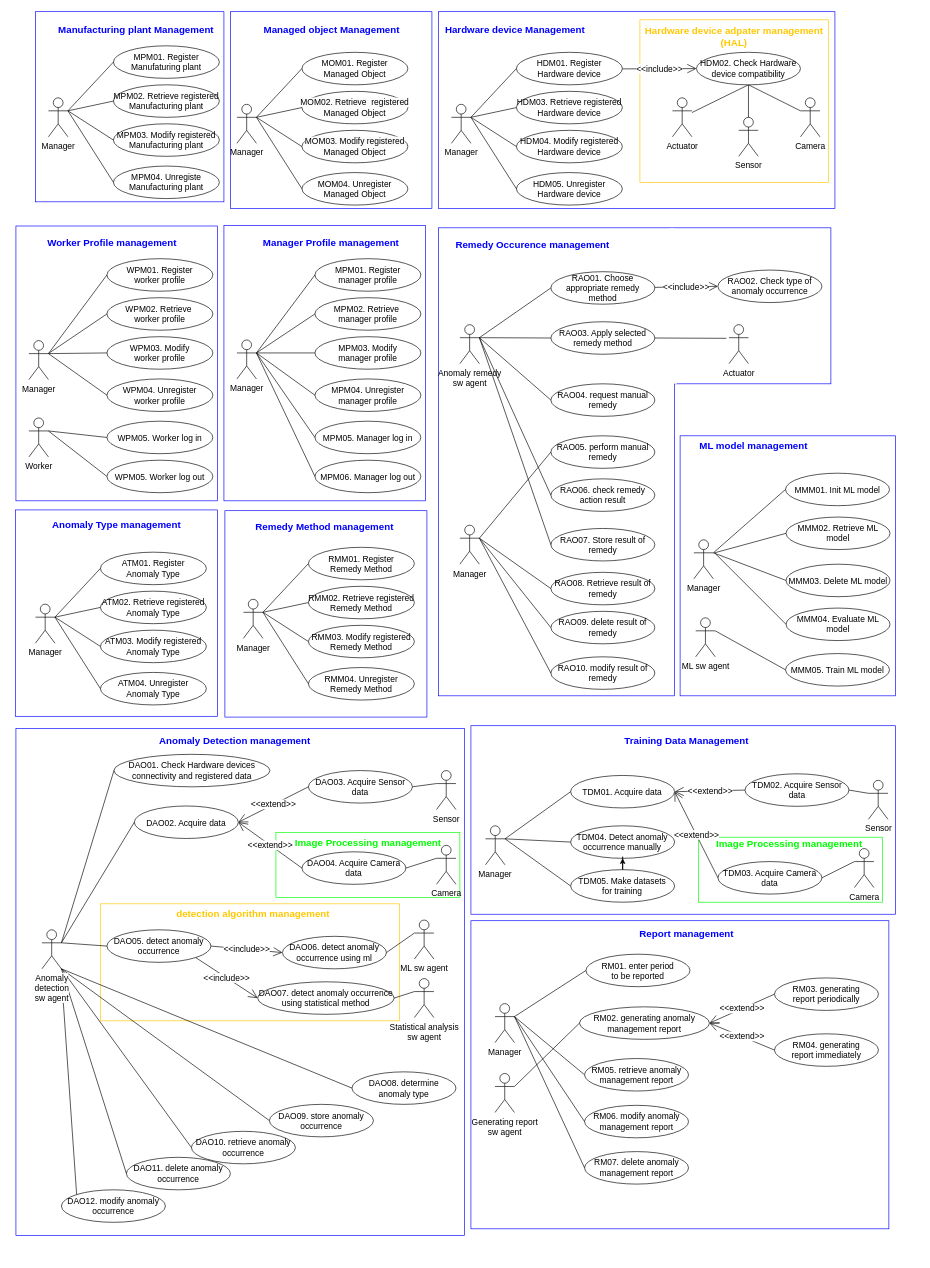
Above: usecase_diagram_refine3.drawio in ShineSoYoung/TEST (draw.io), before the change. Source tidied: cells renumbered, new cells numbered last; positions are measured from the earlier drawing's top-left corner, leaving out a move shared by most shapes. Both pictures are drawn from the tidied source at 65%, with x=0, y=0 at pixel (11, 12).
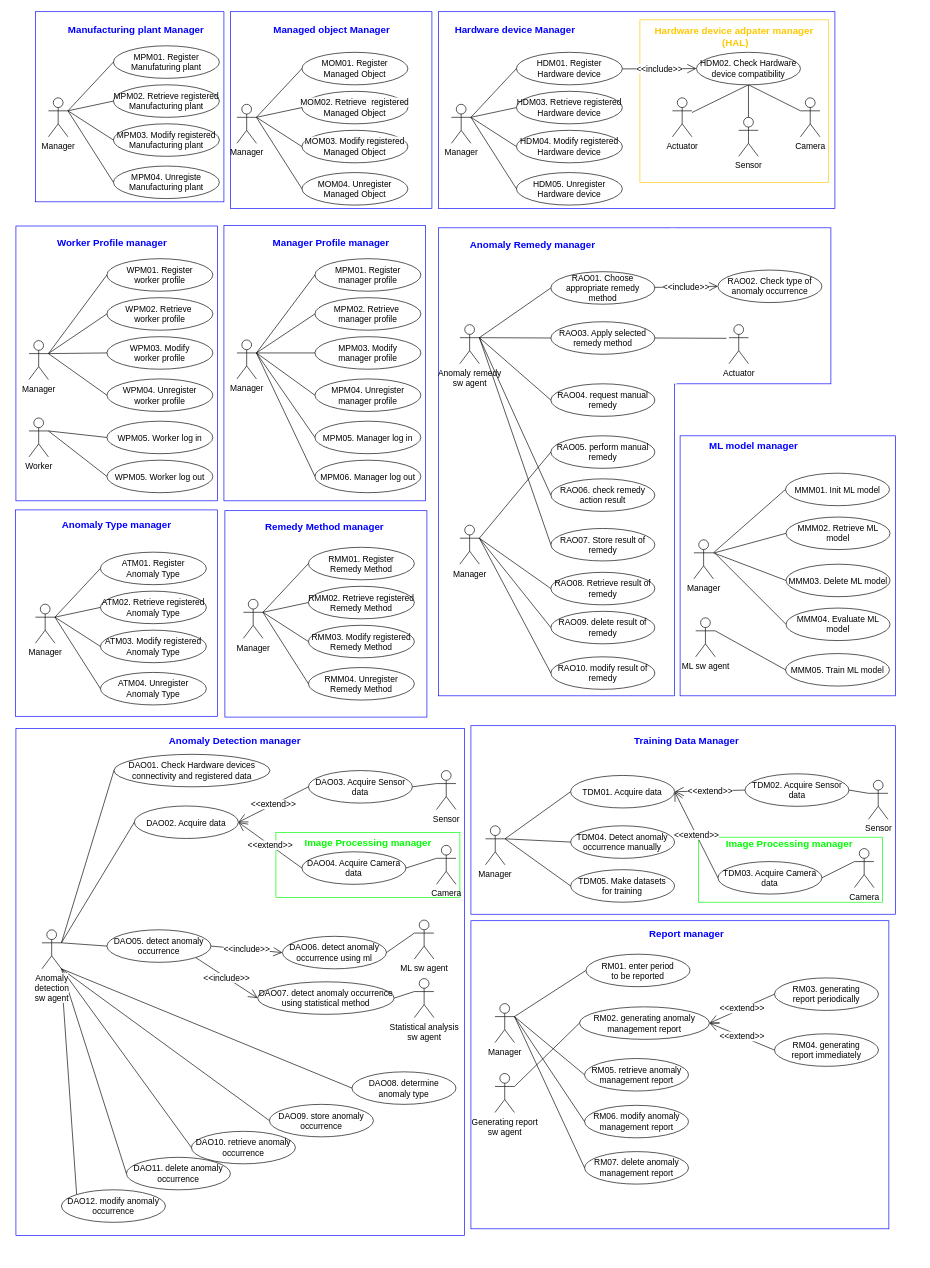
The same diagram, later.

The change refers to these unchanged cells:
```xml
<mxCell id="4" style="group;fontSize=13;" parent="1" vertex="1">
  <mxGeometry x="1050" y="642" width="347" height="1273.5" as="geometry" />
</mxCell>
<mxCell id="39" style="group;fontSize=13;" parent="1" vertex="1">
  <mxGeometry x="27" y="339.5" width="342.2" height="832.5" as="geometry" />
</mxCell>
<mxCell id="56" style="group;fontSize=13;" parent="1" vertex="1">
  <mxGeometry x="347" y="339.5" width="312.2" height="413.5" as="geometry" />
</mxCell>
<mxCell id="71" style="group;fontSize=13;" parent="1" vertex="1">
  <mxGeometry x="347" y="12" width="301.1" height="285" as="geometry" />
</mxCell>
<mxCell id="82" style="group;fontSize=13;" parent="1" vertex="1">
  <mxGeometry x="57" y="12" width="292.2" height="275" as="geometry" />
</mxCell>
<mxCell id="93" style="group;fontSize=13;" parent="1" vertex="1">
  <mxGeometry x="357" y="776" width="280" height="282.5" as="geometry" />
</mxCell>
<mxCell id="104" style="group;fontSize=13;" parent="1" vertex="1">
  <mxGeometry x="677" y="12" width="620" height="285" as="geometry" />
</mxCell>
<mxCell id="123" style="group;" parent="1" vertex="1">
  <mxGeometry x="37" y="786" width="280" height="280" as="geometry" />
</mxCell>
<mxCell id="171" value="TDM04. Detect anomaly occurrence manually" style="ellipse;whiteSpace=wrap;html=1;fontSize=13;" parent="1" vertex="1">
  <mxGeometry x="860.4" y="1252" width="160" height="50" as="geometry" />
</mxCell>
<mxCell id="173" value="TDM05. Make datasets &lt;br style=&quot;font-size: 13px;&quot;&gt;for training" style="ellipse;whiteSpace=wrap;html=1;fontSize=13;" parent="1" vertex="1">
  <mxGeometry x="860.4" y="1319.5" width="160" height="50" as="geometry" />
</mxCell>
```

Diff of the diagram source:
```diff
@@
-    <mxCell id="20" value="&lt;font color=&quot;#0000ff&quot; style=&quot;font-size: 15px;&quot;&gt;ML model management&lt;/font&gt;" style="text;html=1;strokeColor=none;fillColor=none;align=center;verticalAlign=middle;whiteSpace=wrap;rounded=0;fontStyle=1;fontSize=15;" parent="4" vertex="1">
+    <mxCell id="20" value="&lt;font color=&quot;#0000ff&quot; style=&quot;font-size: 15px;&quot;&gt;ML model manager&lt;/font&gt;" style="text;html=1;strokeColor=none;fillColor=none;align=center;verticalAlign=middle;whiteSpace=wrap;rounded=0;fontStyle=1;fontSize=15;" parent="4" vertex="1">
       <mxGeometry x="-63" y="10" width="310" height="30" as="geometry" />
     </mxCell>
@@
-    <mxCell id="23" value="&lt;font color=&quot;#00ff00&quot; style=&quot;font-size: 15px;&quot;&gt;Image Processing management&lt;/font&gt;" style="text;html=1;strokeColor=none;fillColor=none;align=center;verticalAlign=middle;whiteSpace=wrap;rounded=0;fontStyle=1;fontSize=15;" parent="4" vertex="1">
+    <mxCell id="23" value="&lt;font color=&quot;#00ff00&quot; style=&quot;font-size: 15px;&quot;&gt;Image Processing manager&lt;/font&gt;" style="text;html=1;strokeColor=none;fillColor=none;align=center;verticalAlign=middle;whiteSpace=wrap;rounded=0;fontStyle=1;fontSize=15;" parent="4" vertex="1">
       <mxGeometry x="-656.5" y="620" width="310" height="30" as="geometry" />
     </mxCell>
@@
-    <mxCell id="27" value="&lt;font color=&quot;#00ff00&quot; style=&quot;font-size: 15px;&quot;&gt;Image Processing management&lt;/font&gt;" style="text;html=1;strokeColor=none;fillColor=none;align=center;verticalAlign=middle;whiteSpace=wrap;rounded=0;fontStyle=1;fontSize=15;" parent="4" vertex="1">
+    <mxCell id="27" value="&lt;font color=&quot;#00ff00&quot; style=&quot;font-size: 15px;&quot;&gt;Image Processing manager&lt;/font&gt;" style="text;html=1;strokeColor=none;fillColor=none;align=center;verticalAlign=middle;whiteSpace=wrap;rounded=0;fontStyle=1;fontSize=15;" parent="4" vertex="1">
       <mxGeometry x="-8.2" y="621.8" width="310" height="30" as="geometry" />
     </mxCell>
@@
-    <mxCell id="31" style="rounded=0;whiteSpace=wrap;html=1;fillColor=none;strokeColor=#ffc800;" parent="1" vertex="1">
-      <mxGeometry x="137" y="1372" width="460" height="180" as="geometry" />
-    </mxCell>
@@
-    <mxCell id="55" value="&lt;font color=&quot;#0000ff&quot; style=&quot;font-size: 15px;&quot;&gt;Worker Profile management&lt;/font&gt;" style="text;html=1;strokeColor=none;fillColor=none;align=center;verticalAlign=middle;whiteSpace=wrap;rounded=0;fontStyle=1;fontSize=15;" parent="39" vertex="1">
+    <mxCell id="55" value="&lt;font color=&quot;#0000ff&quot; style=&quot;font-size: 15px;&quot;&gt;Worker Profile manager&lt;/font&gt;" style="text;html=1;strokeColor=none;fillColor=none;align=center;verticalAlign=middle;whiteSpace=wrap;rounded=0;fontStyle=1;fontSize=15;" parent="39" vertex="1">
       <mxGeometry x="-27" width="310" height="30" as="geometry" />
     </mxCell>
@@
-    <mxCell id="70" value="&lt;font color=&quot;#0000ff&quot; style=&quot;font-size: 15px;&quot;&gt;Manager Profile management&lt;/font&gt;" style="text;html=1;strokeColor=none;fillColor=none;align=center;verticalAlign=middle;whiteSpace=wrap;rounded=0;fontStyle=1;fontSize=15;" parent="56" vertex="1">
+    <mxCell id="70" value="&lt;font color=&quot;#0000ff&quot; style=&quot;font-size: 15px;&quot;&gt;Manager Profile manager&lt;/font&gt;" style="text;html=1;strokeColor=none;fillColor=none;align=center;verticalAlign=middle;whiteSpace=wrap;rounded=0;fontStyle=1;fontSize=15;" parent="56" vertex="1">
       <mxGeometry x="-10" width="310" height="30" as="geometry" />
     </mxCell>
@@
-    <mxCell id="81" value="&lt;font color=&quot;#0000ff&quot; style=&quot;font-size: 15px;&quot;&gt;Managed object Management&lt;/font&gt;" style="text;html=1;strokeColor=none;fillColor=none;align=center;verticalAlign=middle;whiteSpace=wrap;rounded=0;fontStyle=1;fontSize=15;" parent="71" vertex="1">
+    <mxCell id="81" value="&lt;font color=&quot;#0000ff&quot; style=&quot;font-size: 15px;&quot;&gt;Managed object Manager&lt;/font&gt;" style="text;html=1;strokeColor=none;fillColor=none;align=center;verticalAlign=middle;whiteSpace=wrap;rounded=0;fontStyle=1;fontSize=15;" parent="71" vertex="1">
       <mxGeometry x="-8.9" width="310" height="30" as="geometry" />
     </mxCell>
@@
-    <mxCell id="92" value="&lt;font color=&quot;#0000ff&quot; style=&quot;font-size: 15px;&quot;&gt;Manufacturing plant Management&lt;/font&gt;" style="text;html=1;strokeColor=none;fillColor=none;align=center;verticalAlign=middle;whiteSpace=wrap;rounded=0;fontStyle=1;fontSize=15;" parent="82" vertex="1">
+    <mxCell id="92" value="&lt;font color=&quot;#0000ff&quot; style=&quot;font-size: 15px;&quot;&gt;Manufacturing plant Manager&lt;/font&gt;" style="text;html=1;strokeColor=none;fillColor=none;align=center;verticalAlign=middle;whiteSpace=wrap;rounded=0;fontStyle=1;fontSize=15;" parent="82" vertex="1">
       <mxGeometry x="-20" width="310" height="30" as="geometry" />
     </mxCell>
@@
-    <mxCell id="103" value="&lt;font color=&quot;#0000ff&quot; style=&quot;font-size: 15px;&quot;&gt;Remedy Method management&lt;/font&gt;" style="text;html=1;strokeColor=none;fillColor=none;align=center;verticalAlign=middle;whiteSpace=wrap;rounded=0;fontStyle=1;fontSize=15;" parent="93" vertex="1">
+    <mxCell id="103" value="&lt;font color=&quot;#0000ff&quot; style=&quot;font-size: 15px;&quot;&gt;Remedy Method manager&lt;/font&gt;" style="text;html=1;strokeColor=none;fillColor=none;align=center;verticalAlign=middle;whiteSpace=wrap;rounded=0;fontStyle=1;fontSize=15;" parent="93" vertex="1">
       <mxGeometry x="-30" width="310" height="30" as="geometry" />
     </mxCell>
@@
-    <mxCell id="122" value="&lt;font style=&quot;font-size: 15px;&quot;&gt;Hardware device adpater management (HAL)&lt;/font&gt;" style="text;html=1;strokeColor=none;fillColor=none;align=center;verticalAlign=middle;whiteSpace=wrap;rounded=0;fontStyle=1;fontSize=15;fontColor=#ffc800;" parent="104" vertex="1">
+    <mxCell id="122" value="&lt;font style=&quot;font-size: 15px;&quot;&gt;Hardware device adpater manager&lt;br&gt;&amp;nbsp;(HAL)&lt;/font&gt;" style="text;html=1;strokeColor=none;fillColor=none;align=center;verticalAlign=middle;whiteSpace=wrap;rounded=0;fontStyle=1;fontSize=15;fontColor=#ffc800;" parent="104" vertex="1">
       <mxGeometry x="280" y="10" width="310" height="30" as="geometry" />
     </mxCell>
@@
-    <mxCell id="133" value="&lt;font color=&quot;#0000ff&quot; style=&quot;font-size: 15px;&quot;&gt;Anomaly Type management&lt;/font&gt;" style="text;html=1;strokeColor=none;fillColor=none;align=center;verticalAlign=middle;whiteSpace=wrap;rounded=0;fontStyle=1;fontSize=15;" parent="123" vertex="1">
+    <mxCell id="133" value="&lt;font color=&quot;#0000ff&quot; style=&quot;font-size: 15px;&quot;&gt;Anomaly Type manager&lt;/font&gt;" style="text;html=1;strokeColor=none;fillColor=none;align=center;verticalAlign=middle;whiteSpace=wrap;rounded=0;fontStyle=1;fontSize=15;" parent="123" vertex="1">
       <mxGeometry x="-30" y="-12" width="310" height="30" as="geometry" />
     </mxCell>
-    <mxCell id="134" value="&lt;font color=&quot;#0000ff&quot; style=&quot;font-size: 15px;&quot;&gt;Hardware device Management&lt;/font&gt;" style="text;html=1;strokeColor=none;fillColor=none;align=center;verticalAlign=middle;whiteSpace=wrap;rounded=0;fontStyle=1;fontSize=15;" parent="1" vertex="1">
+    <mxCell id="134" value="&lt;font color=&quot;#0000ff&quot; style=&quot;font-size: 15px;&quot;&gt;Hardware device Manager&lt;/font&gt;" style="text;html=1;strokeColor=none;fillColor=none;align=center;verticalAlign=middle;whiteSpace=wrap;rounded=0;fontStyle=1;fontSize=15;" parent="1" vertex="1">
       <mxGeometry x="620" y="12" width="310" height="30" as="geometry" />
     </mxCell>
@@
-    <mxCell id="153" value="&lt;font color=&quot;#0000ff&quot; style=&quot;font-size: 15px;&quot;&gt;Anomaly Detection management&lt;/font&gt;" style="text;html=1;strokeColor=none;fillColor=none;align=center;verticalAlign=middle;whiteSpace=wrap;rounded=0;fontStyle=1;fontSize=15;" parent="1" vertex="1">
+    <mxCell id="153" value="&lt;font color=&quot;#0000ff&quot; style=&quot;font-size: 15px;&quot;&gt;Anomaly Detection manager&lt;/font&gt;" style="text;html=1;strokeColor=none;fillColor=none;align=center;verticalAlign=middle;whiteSpace=wrap;rounded=0;fontStyle=1;fontSize=15;" parent="1" vertex="1">
       <mxGeometry x="189.2" y="1106" width="310" height="30" as="geometry" />
     </mxCell>
@@
-    <mxCell id="172" style="edgeStyle=orthogonalEdgeStyle;rounded=0;jettySize=auto;html=1;fontSize=13;" parent="1" edge="1" source="173" target="171">
-      <mxGeometry relative="1" as="geometry" />
-    </mxCell>
@@
-    <mxCell id="177" value="&lt;font color=&quot;#0000ff&quot; style=&quot;font-size: 15px;&quot;&gt;Training Data Management&lt;/font&gt;" style="text;html=1;strokeColor=none;fillColor=none;align=center;verticalAlign=middle;whiteSpace=wrap;rounded=0;fontStyle=1;fontSize=15;" parent="1" vertex="1">
+    <mxCell id="177" value="&lt;font color=&quot;#0000ff&quot; style=&quot;font-size: 15px;&quot;&gt;Training Data Manager&lt;/font&gt;" style="text;html=1;strokeColor=none;fillColor=none;align=center;verticalAlign=middle;whiteSpace=wrap;rounded=0;fontStyle=1;fontSize=15;" parent="1" vertex="1">
       <mxGeometry x="884" y="1106" width="310" height="30" as="geometry" />
     </mxCell>
@@
-    <mxCell id="207" value="&lt;font color=&quot;#0000ff&quot; style=&quot;font-size: 15px;&quot;&gt;Remedy Occurence management&lt;/font&gt;" style="text;html=1;strokeColor=none;fillColor=none;align=center;verticalAlign=middle;whiteSpace=wrap;rounded=0;fontStyle=1;fontSize=15;" parent="1" vertex="1">
+    <mxCell id="207" value="&lt;font color=&quot;#0000ff&quot; style=&quot;font-size: 15px;&quot;&gt;Anomaly Remedy manager&lt;/font&gt;" style="text;html=1;strokeColor=none;fillColor=none;align=center;verticalAlign=middle;whiteSpace=wrap;rounded=0;fontStyle=1;fontSize=15;" parent="1" vertex="1">
       <mxGeometry x="647" y="342" width="310" height="30" as="geometry" />
     </mxCell>
@@
-    <mxCell id="210" value="&lt;font style=&quot;font-size: 15px;&quot;&gt;detection algorithm management&lt;/font&gt;" style="text;html=1;strokeColor=none;fillColor=none;align=center;verticalAlign=middle;whiteSpace=wrap;rounded=0;fontStyle=1;fontSize=15;fontColor=#ffc800;" parent="1" vertex="1">
-      <mxGeometry x="217" y="1372" width="310" height="30" as="geometry" />
-    </mxCell>
@@
-    <mxCell id="223" value="&lt;font color=&quot;#0000ff&quot; style=&quot;font-size: 15px;&quot;&gt;Report management&lt;/font&gt;" style="text;html=1;strokeColor=none;fillColor=none;align=center;verticalAlign=middle;whiteSpace=wrap;rounded=0;fontStyle=1;fontSize=15;" parent="1" vertex="1">
+    <mxCell id="223" value="&lt;font color=&quot;#0000ff&quot; style=&quot;font-size: 15px;&quot;&gt;Report manager&lt;/font&gt;" style="text;html=1;strokeColor=none;fillColor=none;align=center;verticalAlign=middle;whiteSpace=wrap;rounded=0;fontStyle=1;fontSize=15;" parent="1" vertex="1">
       <mxGeometry x="884" y="1402" width="310" height="30" as="geometry" />
     </mxCell>
```
